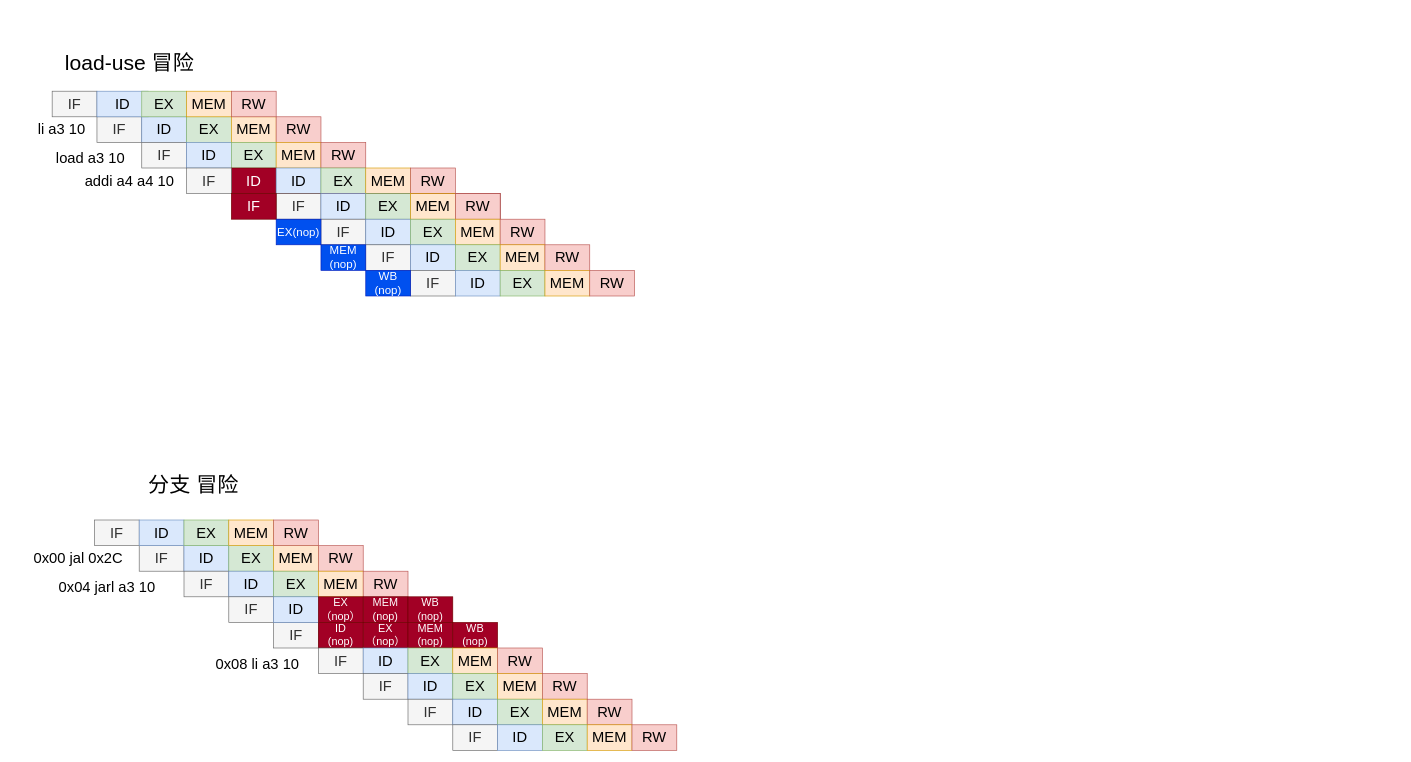
The draw.io diagram npc/流水线模拟.drawio in leesum1/ysyx, before the edit. Source tidied: cells renumbered, new cells numbered last; positions are measured from the earlier drawing's top-left corner, leaving out a move shared by most shapes. Both pictures are drawn from the tidied source at 64%, with x=0, y=0 at pixel (11, 40).
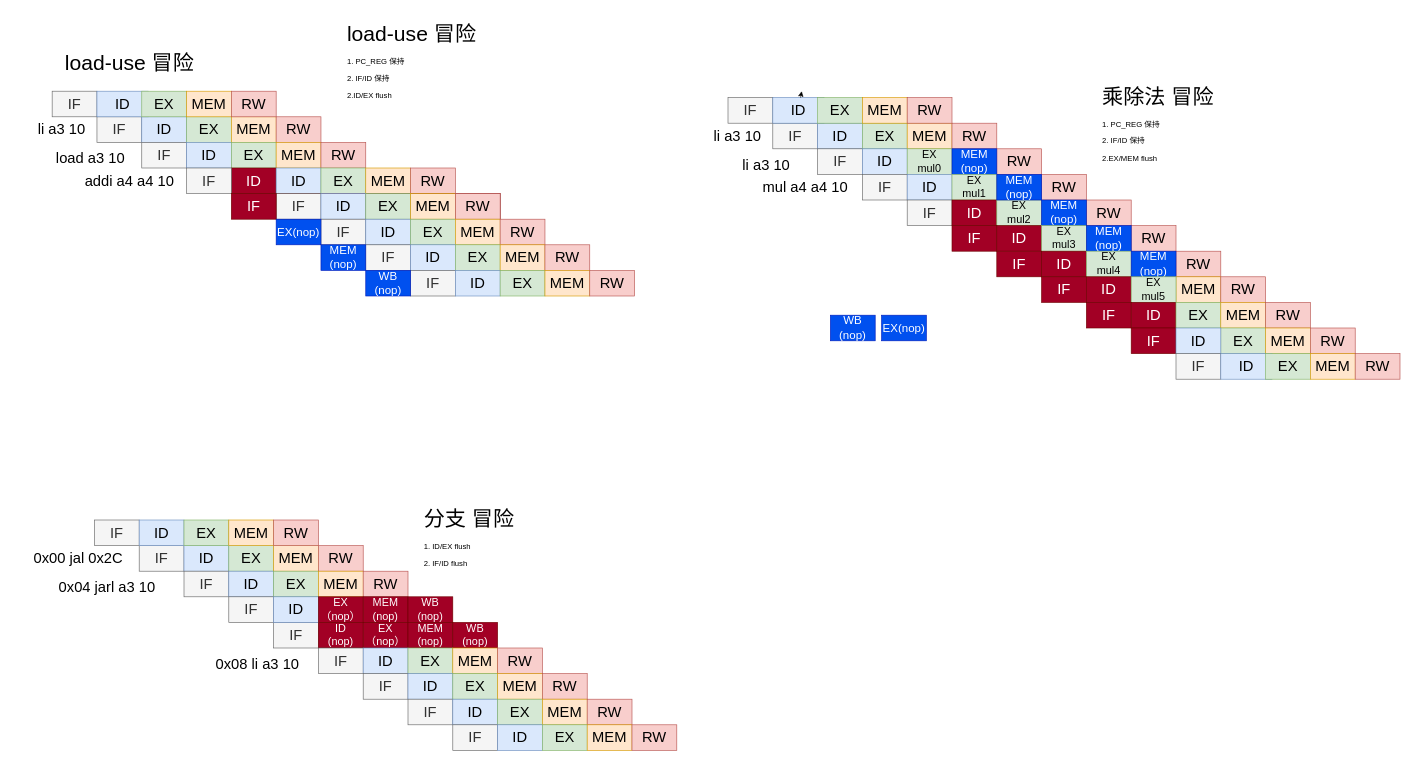
After the change.

What changed in the source:
```diff
@@
-    <mxCell id="103" value="分支 冒险" style="text;html=1;strokeColor=none;fillColor=none;align=center;verticalAlign=middle;whiteSpace=wrap;rounded=0;fontSize=33;" parent="1" vertex="1">
-      <mxGeometry x="160" y="660" width="250" height="70" as="geometry" />
-    </mxCell>
@@
+    <mxCell id="116" value="&lt;h1&gt;&lt;span style=&quot;font-size: 33px ; font-weight: 400 ; text-align: center&quot;&gt;load-use 冒险&lt;/span&gt;&lt;br&gt;&lt;/h1&gt;&lt;p&gt;1. PC_REG 保持&lt;/p&gt;&lt;p&gt;2. IF/ID 保持&lt;/p&gt;&lt;p&gt;2.ID/EX flush&lt;/p&gt;" style="text;html=1;strokeColor=none;fillColor=none;spacing=5;spacingTop=-20;whiteSpace=wrap;overflow=hidden;rounded=0;" parent="1" vertex="1">
+      <mxGeometry x="520" y="-35" width="230" height="155" as="geometry" />
+    </mxCell>
+    <mxCell id="117" value="&lt;h1&gt;&lt;span style=&quot;font-size: 33px ; font-weight: 400 ; text-align: center&quot;&gt;分支 冒险&lt;/span&gt;&lt;br&gt;&lt;/h1&gt;&lt;p&gt;1. ID/EX flush&lt;/p&gt;&lt;p&gt;2. IF/ID flush&lt;/p&gt;" style="text;html=1;strokeColor=none;fillColor=none;spacing=5;spacingTop=-20;whiteSpace=wrap;overflow=hidden;rounded=0;" parent="1" vertex="1">
+      <mxGeometry x="640" y="722.5" width="230" height="117.5" as="geometry" />
+    </mxCell>
+    <mxCell id="118" style="group;" parent="1" vertex="1">
+      <mxGeometry x="1190" y="130" width="350" height="40" as="geometry" />
+    </mxCell>
+    <mxCell id="119" value="IF" style="whiteSpace=wrap;html=1;align=center;fontSize=23;fillColor=#f5f5f5;fontColor=#333333;strokeColor=#666666;" parent="118" vertex="1">
+      <mxGeometry width="70" height="40" as="geometry" />
+    </mxCell>
+    <mxCell id="120" value="ID" style="whiteSpace=wrap;html=1;align=center;fontSize=23;fillColor=#dae8fc;strokeColor=#6c8ebf;" parent="118" vertex="1">
+      <mxGeometry x="70" width="70" height="40" as="geometry" />
+    </mxCell>
+    <mxCell id="121" value="EX" style="whiteSpace=wrap;html=1;align=center;fontSize=23;fillColor=#d5e8d4;strokeColor=#82b366;" parent="118" vertex="1">
+      <mxGeometry x="140" width="70" height="40" as="geometry" />
+    </mxCell>
+    <mxCell id="122" value="MEM" style="whiteSpace=wrap;html=1;align=center;fontSize=23;fillColor=#ffe6cc;strokeColor=#d79b00;" parent="118" vertex="1">
+      <mxGeometry x="210" width="70" height="40" as="geometry" />
+    </mxCell>
+    <mxCell id="123" value="RW" style="whiteSpace=wrap;html=1;align=center;fontSize=23;fillColor=#f8cecc;strokeColor=#b85450;" parent="118" vertex="1">
+      <mxGeometry x="280" width="70" height="40" as="geometry" />
+    </mxCell>
+    <mxCell id="124" style="group;" parent="1" vertex="1">
+      <mxGeometry x="1260" y="170" width="350" height="40" as="geometry" />
+    </mxCell>
+    <mxCell id="125" value="IF" style="whiteSpace=wrap;html=1;align=center;fontSize=23;fillColor=#f5f5f5;fontColor=#333333;strokeColor=#666666;" parent="124" vertex="1">
+      <mxGeometry width="70" height="40" as="geometry" />
+    </mxCell>
+    <mxCell id="126" value="ID" style="whiteSpace=wrap;html=1;align=center;fontSize=23;fillColor=#dae8fc;strokeColor=#6c8ebf;" parent="124" vertex="1">
+      <mxGeometry x="70" width="70" height="40" as="geometry" />
+    </mxCell>
+    <mxCell id="127" value="EX&lt;br style=&quot;font-size: 17px;&quot;&gt;mul0" style="whiteSpace=wrap;html=1;align=center;fontSize=17;fillColor=#d5e8d4;strokeColor=#82b366;" parent="124" vertex="1">
+      <mxGeometry x="140" width="70" height="40" as="geometry" />
+    </mxCell>
+    <mxCell id="128" value="RW" style="whiteSpace=wrap;html=1;align=center;fontSize=23;fillColor=#f8cecc;strokeColor=#b85450;" parent="124" vertex="1">
+      <mxGeometry x="280" width="70" height="40" as="geometry" />
+    </mxCell>
+    <mxCell id="129" value="MEM&lt;br&gt;(nop)" style="whiteSpace=wrap;html=1;align=center;fontSize=18;fillColor=#0050ef;strokeColor=#001DBC;fontColor=#ffffff;" parent="124" vertex="1">
+      <mxGeometry x="210" width="70" height="40" as="geometry" />
+    </mxCell>
+    <mxCell id="130" style="group;" parent="1" vertex="1">
+      <mxGeometry x="1120" y="90" width="350" height="40" as="geometry" />
+    </mxCell>
+    <mxCell id="131" value="IF" style="whiteSpace=wrap;html=1;align=center;fontSize=23;fillColor=#f5f5f5;fontColor=#333333;strokeColor=#666666;" parent="130" vertex="1">
+      <mxGeometry width="70" height="40" as="geometry" />
+    </mxCell>
+    <mxCell id="132" value="ID" style="whiteSpace=wrap;html=1;align=center;fontSize=23;fillColor=#dae8fc;strokeColor=#6c8ebf;" parent="130" vertex="1">
+      <mxGeometry x="70" width="80" height="40" as="geometry" />
+    </mxCell>
+    <mxCell id="133" value="EX" style="whiteSpace=wrap;html=1;align=center;fontSize=23;fillColor=#d5e8d4;strokeColor=#82b366;" parent="130" vertex="1">
+      <mxGeometry x="140" width="70" height="40" as="geometry" />
+    </mxCell>
+    <mxCell id="134" value="MEM" style="whiteSpace=wrap;html=1;align=center;fontSize=23;fillColor=#ffe6cc;strokeColor=#d79b00;" parent="130" vertex="1">
+      <mxGeometry x="210" width="70" height="40" as="geometry" />
+    </mxCell>
+    <mxCell id="135" value="RW" style="whiteSpace=wrap;html=1;align=center;fontSize=23;fillColor=#f8cecc;strokeColor=#b85450;" parent="130" vertex="1">
+      <mxGeometry x="280" width="70" height="40" as="geometry" />
+    </mxCell>
+    <mxCell id="136" value="li a3 10" style="text;html=1;strokeColor=none;fillColor=none;align=center;verticalAlign=middle;whiteSpace=wrap;rounded=0;fontSize=23;" parent="1" vertex="1">
+      <mxGeometry x="1090" y="135" width="90" height="30" as="geometry" />
+    </mxCell>
+    <mxCell id="137" value="li a3 10" style="text;html=1;strokeColor=none;fillColor=none;align=center;verticalAlign=middle;whiteSpace=wrap;rounded=0;fontSize=23;" parent="1" vertex="1">
+      <mxGeometry x="1120" y="180" width="120" height="30" as="geometry" />
+    </mxCell>
+    <mxCell id="138" value="IF" style="whiteSpace=wrap;html=1;align=center;fontSize=23;fillColor=#f5f5f5;fontColor=#333333;strokeColor=#666666;" parent="1" vertex="1">
+      <mxGeometry x="1330" y="210" width="70" height="40" as="geometry" />
+    </mxCell>
+    <mxCell id="139" value="ID" style="whiteSpace=wrap;html=1;align=center;fontSize=23;fillColor=#dae8fc;strokeColor=#6c8ebf;" parent="1" vertex="1">
+      <mxGeometry x="1400" y="210" width="70" height="40" as="geometry" />
+    </mxCell>
+    <mxCell id="140" value="&lt;span style=&quot;font-size: 17px&quot;&gt;EX&lt;/span&gt;&lt;br style=&quot;font-size: 17px&quot;&gt;&lt;span style=&quot;font-size: 17px&quot;&gt;mul1&lt;/span&gt;" style="whiteSpace=wrap;html=1;align=center;fontSize=17;fillColor=#d5e8d4;strokeColor=#82b366;" parent="1" vertex="1">
+      <mxGeometry x="1470" y="210" width="70" height="40" as="geometry" />
+    </mxCell>
+    <mxCell id="141" value="RW" style="whiteSpace=wrap;html=1;align=center;fontSize=23;fillColor=#f8cecc;strokeColor=#b85450;" parent="1" vertex="1">
+      <mxGeometry x="1610" y="210" width="70" height="40" as="geometry" />
+    </mxCell>
+    <mxCell id="142" style="group;fontSize=11;" parent="1" vertex="1">
+      <mxGeometry x="1400" y="250" width="350" height="40" as="geometry" />
+    </mxCell>
+    <mxCell id="143" value="IF" style="whiteSpace=wrap;html=1;align=center;fontSize=23;fillColor=#f5f5f5;fontColor=#333333;strokeColor=#666666;" parent="142" vertex="1">
+      <mxGeometry width="70" height="40" as="geometry" />
+    </mxCell>
+    <mxCell id="144" value="ID" style="whiteSpace=wrap;html=1;align=center;fontSize=23;fillColor=#a20025;strokeColor=#6F0000;fontColor=#ffffff;" parent="142" vertex="1">
+      <mxGeometry x="70" width="70" height="40" as="geometry" />
+    </mxCell>
+    <mxCell id="145" value="&lt;span style=&quot;font-size: 17px&quot;&gt;EX&lt;/span&gt;&lt;br style=&quot;font-size: 17px&quot;&gt;&lt;span style=&quot;font-size: 17px&quot;&gt;mul2&lt;/span&gt;" style="whiteSpace=wrap;html=1;align=center;fontSize=17;fillColor=#d5e8d4;strokeColor=#82b366;" parent="142" vertex="1">
+      <mxGeometry x="140" width="70" height="40" as="geometry" />
+    </mxCell>
+    <mxCell id="146" value="RW" style="whiteSpace=wrap;html=1;align=center;fontSize=23;fillColor=#f8cecc;strokeColor=#b85450;" parent="142" vertex="1">
+      <mxGeometry x="280" width="70" height="40" as="geometry" />
+    </mxCell>
+    <mxCell id="147" value="MEM&lt;br&gt;(nop)" style="whiteSpace=wrap;html=1;align=center;fontSize=18;fillColor=#0050ef;strokeColor=#001DBC;fontColor=#ffffff;" parent="142" vertex="1">
+      <mxGeometry x="210" width="70" height="40" as="geometry" />
+    </mxCell>
+    <mxCell id="148" value="EX(nop)" style="whiteSpace=wrap;html=1;align=center;fontSize=18;fillColor=#0050ef;strokeColor=#001DBC;fontColor=#ffffff;" parent="1" vertex="1">
+      <mxGeometry x="1360" y="430" width="70" height="40" as="geometry" />
+    </mxCell>
+    <mxCell id="149" style="group;" parent="1" vertex="1">
+      <mxGeometry x="1470" y="290" width="350" height="40" as="geometry" />
+    </mxCell>
+    <mxCell id="150" value="IF" style="whiteSpace=wrap;html=1;align=center;fontSize=23;fillColor=#a20025;fontColor=#ffffff;strokeColor=#6F0000;" parent="149" vertex="1">
+      <mxGeometry width="70" height="40" as="geometry" />
+    </mxCell>
+    <mxCell id="151" value="ID" style="whiteSpace=wrap;html=1;align=center;fontSize=23;fillColor=#a20025;strokeColor=#6F0000;fontColor=#ffffff;" parent="149" vertex="1">
+      <mxGeometry x="70" width="70" height="40" as="geometry" />
+    </mxCell>
+    <mxCell id="152" value="RW" style="whiteSpace=wrap;html=1;align=center;fontSize=23;fillColor=#f8cecc;strokeColor=#b85450;" parent="149" vertex="1">
+      <mxGeometry x="280" width="70" height="40" as="geometry" />
+    </mxCell>
+    <mxCell id="153" value="&lt;span style=&quot;font-size: 17px&quot;&gt;EX&lt;/span&gt;&lt;br style=&quot;font-size: 17px&quot;&gt;&lt;span style=&quot;font-size: 17px&quot;&gt;mul3&lt;/span&gt;" style="whiteSpace=wrap;html=1;align=center;fontSize=17;fillColor=#d5e8d4;strokeColor=#82b366;" parent="149" vertex="1">
+      <mxGeometry x="140" width="70" height="40" as="geometry" />
+    </mxCell>
+    <mxCell id="154" value="MEM&lt;br&gt;(nop)" style="whiteSpace=wrap;html=1;align=center;fontSize=18;fillColor=#0050ef;strokeColor=#001DBC;fontColor=#ffffff;" parent="149" vertex="1">
+      <mxGeometry x="210" width="70" height="40" as="geometry" />
+    </mxCell>
+    <mxCell id="155" style="group;" parent="1" vertex="1">
+      <mxGeometry x="1540" y="330" width="350" height="40" as="geometry" />
+    </mxCell>
+    <mxCell id="156" value="IF" style="whiteSpace=wrap;html=1;align=center;fontSize=23;fillColor=#a20025;fontColor=#ffffff;strokeColor=#6F0000;" parent="155" vertex="1">
+      <mxGeometry width="70" height="40" as="geometry" />
+    </mxCell>
+    <mxCell id="157" value="ID" style="whiteSpace=wrap;html=1;align=center;fontSize=23;fillColor=#a20025;strokeColor=#6F0000;fontColor=#ffffff;" parent="155" vertex="1">
+      <mxGeometry x="70" width="70" height="40" as="geometry" />
+    </mxCell>
+    <mxCell id="158" value="RW" style="whiteSpace=wrap;html=1;align=center;fontSize=23;fillColor=#f8cecc;strokeColor=#b85450;" parent="155" vertex="1">
+      <mxGeometry x="280" width="70" height="40" as="geometry" />
+    </mxCell>
+    <mxCell id="159" value="&lt;span style=&quot;font-size: 17px&quot;&gt;EX&lt;/span&gt;&lt;br style=&quot;font-size: 17px&quot;&gt;&lt;span style=&quot;font-size: 17px&quot;&gt;mul4&lt;/span&gt;" style="whiteSpace=wrap;html=1;align=center;fontSize=17;fillColor=#d5e8d4;strokeColor=#82b366;" parent="155" vertex="1">
+      <mxGeometry x="140" width="70" height="40" as="geometry" />
+    </mxCell>
+    <mxCell id="160" value="MEM&lt;br&gt;(nop)" style="whiteSpace=wrap;html=1;align=center;fontSize=18;fillColor=#0050ef;strokeColor=#001DBC;fontColor=#ffffff;" parent="155" vertex="1">
+      <mxGeometry x="210" width="70" height="40" as="geometry" />
+    </mxCell>
+    <mxCell id="161" value="WB&lt;br&gt;(nop)" style="whiteSpace=wrap;html=1;align=center;fontSize=18;fillColor=#0050ef;strokeColor=#001DBC;fontColor=#ffffff;" parent="1" vertex="1">
+      <mxGeometry x="1280" y="430" width="70" height="40" as="geometry" />
+    </mxCell>
+    <mxCell id="162" value="mul a4 a4 10" style="text;html=1;strokeColor=none;fillColor=none;align=center;verticalAlign=middle;whiteSpace=wrap;rounded=0;fontSize=23;" parent="1" vertex="1">
+      <mxGeometry x="1166" y="215" width="150" height="30" as="geometry" />
+    </mxCell>
+    <mxCell id="163" value="&lt;h1&gt;&lt;span style=&quot;font-size: 33px ; font-weight: 400 ; text-align: center&quot;&gt;乘除法 冒险&lt;/span&gt;&lt;br&gt;&lt;/h1&gt;&lt;p&gt;1. PC_REG 保持&lt;/p&gt;&lt;p&gt;2. IF/ID 保持&lt;/p&gt;&lt;p&gt;2.EX/MEM flush&lt;/p&gt;" style="text;html=1;strokeColor=none;fillColor=none;spacing=5;spacingTop=-20;whiteSpace=wrap;overflow=hidden;rounded=0;" parent="1" vertex="1">
+      <mxGeometry x="1700" y="62.5" width="230" height="155" as="geometry" />
+    </mxCell>
+    <mxCell id="164" style="group;" parent="1" vertex="1">
+      <mxGeometry x="1610" y="370" width="350" height="40" as="geometry" />
+    </mxCell>
+    <mxCell id="165" value="IF" style="whiteSpace=wrap;html=1;align=center;fontSize=23;fillColor=#a20025;fontColor=#ffffff;strokeColor=#6F0000;" parent="164" vertex="1">
+      <mxGeometry width="70" height="40" as="geometry" />
+    </mxCell>
+    <mxCell id="166" value="ID" style="whiteSpace=wrap;html=1;align=center;fontSize=23;fillColor=#a20025;strokeColor=#6F0000;fontColor=#ffffff;" parent="164" vertex="1">
+      <mxGeometry x="70" width="70" height="40" as="geometry" />
+    </mxCell>
+    <mxCell id="167" value="MEM" style="whiteSpace=wrap;html=1;align=center;fontSize=23;fillColor=#ffe6cc;strokeColor=#d79b00;" parent="164" vertex="1">
+      <mxGeometry x="210" width="70" height="40" as="geometry" />
+    </mxCell>
+    <mxCell id="168" value="RW" style="whiteSpace=wrap;html=1;align=center;fontSize=23;fillColor=#f8cecc;strokeColor=#b85450;" parent="164" vertex="1">
+      <mxGeometry x="280" width="70" height="40" as="geometry" />
+    </mxCell>
+    <mxCell id="169" value="&lt;span style=&quot;font-size: 17px&quot;&gt;EX&lt;/span&gt;&lt;br style=&quot;font-size: 17px&quot;&gt;&lt;span style=&quot;font-size: 17px&quot;&gt;mul5&lt;/span&gt;" style="whiteSpace=wrap;html=1;align=center;fontSize=17;fillColor=#d5e8d4;strokeColor=#82b366;" parent="164" vertex="1">
+      <mxGeometry x="140" width="70" height="40" as="geometry" />
+    </mxCell>
+    <mxCell id="170" style="group;" parent="1" vertex="1">
+      <mxGeometry x="1680" y="410" width="350" height="40" as="geometry" />
+    </mxCell>
+    <mxCell id="171" value="IF" style="whiteSpace=wrap;html=1;align=center;fontSize=23;fillColor=#a20025;fontColor=#ffffff;strokeColor=#6F0000;" parent="170" vertex="1">
+      <mxGeometry width="70" height="40" as="geometry" />
+    </mxCell>
+    <mxCell id="172" value="ID" style="whiteSpace=wrap;html=1;align=center;fontSize=23;fillColor=#a20025;strokeColor=#6F0000;fontColor=#ffffff;" parent="170" vertex="1">
+      <mxGeometry x="70" width="70" height="40" as="geometry" />
+    </mxCell>
+    <mxCell id="173" value="EX" style="whiteSpace=wrap;html=1;align=center;fontSize=23;fillColor=#d5e8d4;strokeColor=#82b366;" parent="170" vertex="1">
+      <mxGeometry x="140" width="70" height="40" as="geometry" />
+    </mxCell>
+    <mxCell id="174" value="MEM" style="whiteSpace=wrap;html=1;align=center;fontSize=23;fillColor=#ffe6cc;strokeColor=#d79b00;" parent="170" vertex="1">
+      <mxGeometry x="210" width="70" height="40" as="geometry" />
+    </mxCell>
+    <mxCell id="175" value="RW" style="whiteSpace=wrap;html=1;align=center;fontSize=23;fillColor=#f8cecc;strokeColor=#b85450;" parent="170" vertex="1">
+      <mxGeometry x="280" width="70" height="40" as="geometry" />
+    </mxCell>
+    <mxCell id="176" style="group;" parent="1" vertex="1">
+      <mxGeometry x="1750" y="450" width="350" height="40" as="geometry" />
+    </mxCell>
+    <mxCell id="177" value="IF" style="whiteSpace=wrap;html=1;align=center;fontSize=23;fillColor=#a20025;fontColor=#ffffff;strokeColor=#6F0000;" parent="176" vertex="1">
+      <mxGeometry width="70" height="40" as="geometry" />
+    </mxCell>
+    <mxCell id="178" value="EX" style="whiteSpace=wrap;html=1;align=center;fontSize=23;fillColor=#d5e8d4;strokeColor=#82b366;" parent="176" vertex="1">
+      <mxGeometry x="140" width="70" height="40" as="geometry" />
+    </mxCell>
+    <mxCell id="179" value="MEM" style="whiteSpace=wrap;html=1;align=center;fontSize=23;fillColor=#ffe6cc;strokeColor=#d79b00;" parent="176" vertex="1">
+      <mxGeometry x="210" width="70" height="40" as="geometry" />
+    </mxCell>
+    <mxCell id="180" value="RW" style="whiteSpace=wrap;html=1;align=center;fontSize=23;fillColor=#f8cecc;strokeColor=#b85450;" parent="176" vertex="1">
+      <mxGeometry x="280" width="70" height="40" as="geometry" />
+    </mxCell>
+    <mxCell id="181" value="ID" style="whiteSpace=wrap;html=1;align=center;fontSize=23;fillColor=#dae8fc;strokeColor=#6c8ebf;" parent="176" vertex="1">
+      <mxGeometry x="70" width="70" height="40" as="geometry" />
+    </mxCell>
+    <mxCell id="182" style="group;" parent="1" vertex="1">
+      <mxGeometry x="1820" y="490" width="350" height="40" as="geometry" />
+    </mxCell>
+    <mxCell id="183" value="IF" style="whiteSpace=wrap;html=1;align=center;fontSize=23;fillColor=#f5f5f5;fontColor=#333333;strokeColor=#666666;" parent="182" vertex="1">
+      <mxGeometry width="70" height="40" as="geometry" />
+    </mxCell>
+    <mxCell id="184" value="ID" style="whiteSpace=wrap;html=1;align=center;fontSize=23;fillColor=#dae8fc;strokeColor=#6c8ebf;" parent="182" vertex="1">
+      <mxGeometry x="70" width="80" height="40" as="geometry" />
+    </mxCell>
+    <mxCell id="185" value="EX" style="whiteSpace=wrap;html=1;align=center;fontSize=23;fillColor=#d5e8d4;strokeColor=#82b366;" parent="182" vertex="1">
+      <mxGeometry x="140" width="70" height="40" as="geometry" />
+    </mxCell>
+    <mxCell id="186" value="MEM" style="whiteSpace=wrap;html=1;align=center;fontSize=23;fillColor=#ffe6cc;strokeColor=#d79b00;" parent="182" vertex="1">
+      <mxGeometry x="210" width="70" height="40" as="geometry" />
+    </mxCell>
+    <mxCell id="187" value="RW" style="whiteSpace=wrap;html=1;align=center;fontSize=23;fillColor=#f8cecc;strokeColor=#b85450;" parent="182" vertex="1">
+      <mxGeometry x="280" width="70" height="40" as="geometry" />
+    </mxCell>
+    <mxCell id="188" value="MEM&lt;br&gt;(nop)" style="whiteSpace=wrap;html=1;align=center;fontSize=18;fillColor=#0050ef;strokeColor=#001DBC;fontColor=#ffffff;" parent="1" vertex="1">
+      <mxGeometry x="1540" y="210" width="70" height="40" as="geometry" />
+    </mxCell>
+    <mxCell id="189" style="edgeStyle=none;html=1;fontSize=17;" parent="1" edge="1" source="132">
+      <mxGeometry relative="1" as="geometry">
+        <mxPoint x="1235.1" y="80" as="targetPoint" />
+      </mxGeometry>
+    </mxCell>
```
